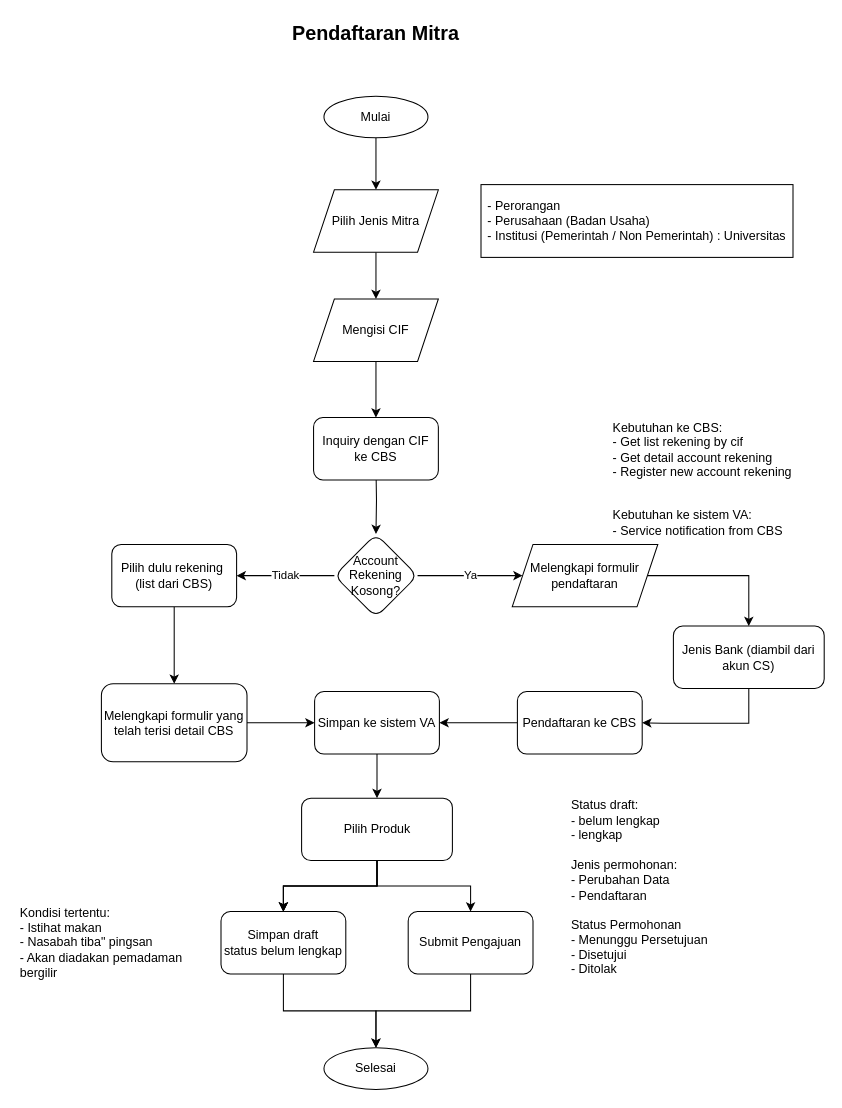
Before: page "Pendaftaran Mitra" (1 of 4) of use-case/flow-pendaftaran.drawio in aribrilliantsyah/fsd_va_bpd_diy, a draw.io diagram. Source tidied: cells renumbered, new cells numbered last; positions are measured from the earlier drawing's top-left corner, leaving out a move shared by most shapes. Both pictures are drawn from the tidied source at 104%, with x=0, y=0 at pixel (18, 18).
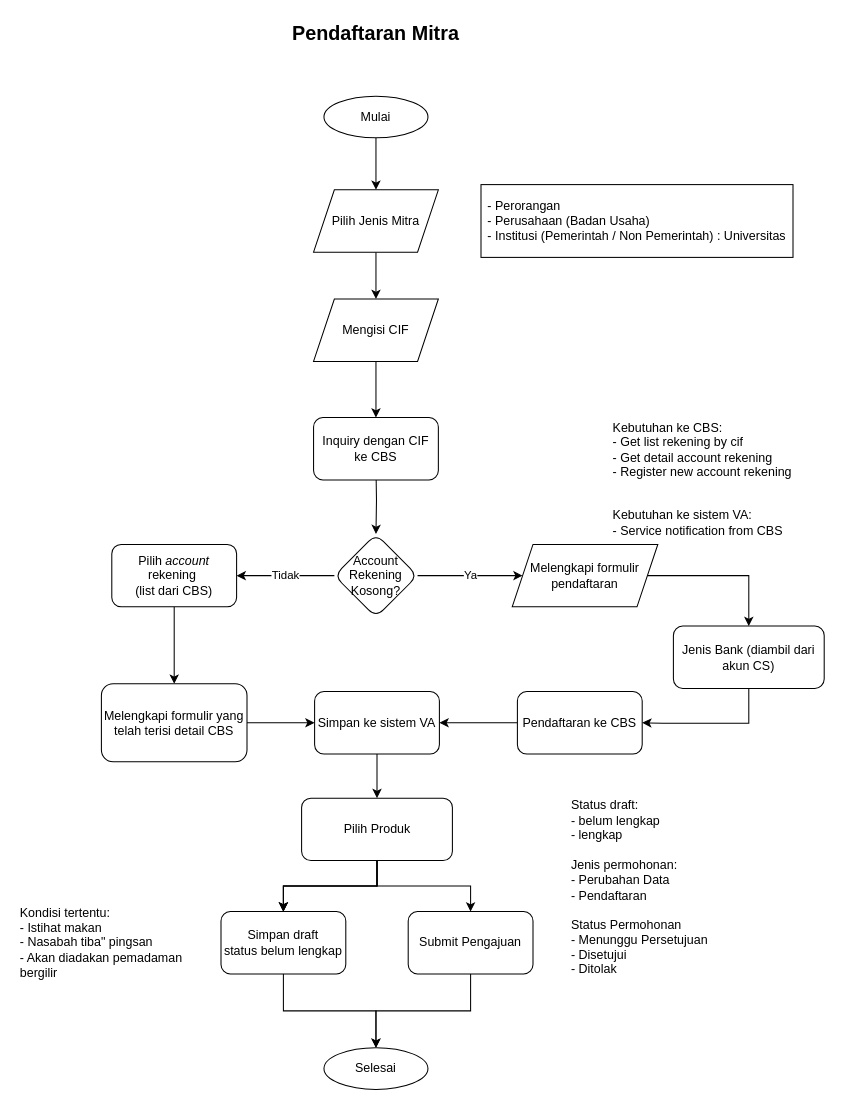
The same diagram, later.

What changed in the source:
```diff
@@
-    <mxCell id="13" value="Pilih dulu rekening&amp;nbsp;&lt;br&gt;(list dari CBS)" style="rounded=1;whiteSpace=wrap;html=1;fontFamily=Helvetica;strokeWidth=1;strokeColor=default;" parent="1" vertex="1">
+    <mxCell id="13" value="Pilih &lt;i&gt;account&lt;/i&gt; rekening&amp;nbsp;&lt;br&gt;(list dari CBS)" style="rounded=1;whiteSpace=wrap;html=1;fontFamily=Helvetica;strokeWidth=1;strokeColor=default;" parent="1" vertex="1">
       <mxGeometry x="90" y="506" width="120" height="60" as="geometry" />
     </mxCell>
```
